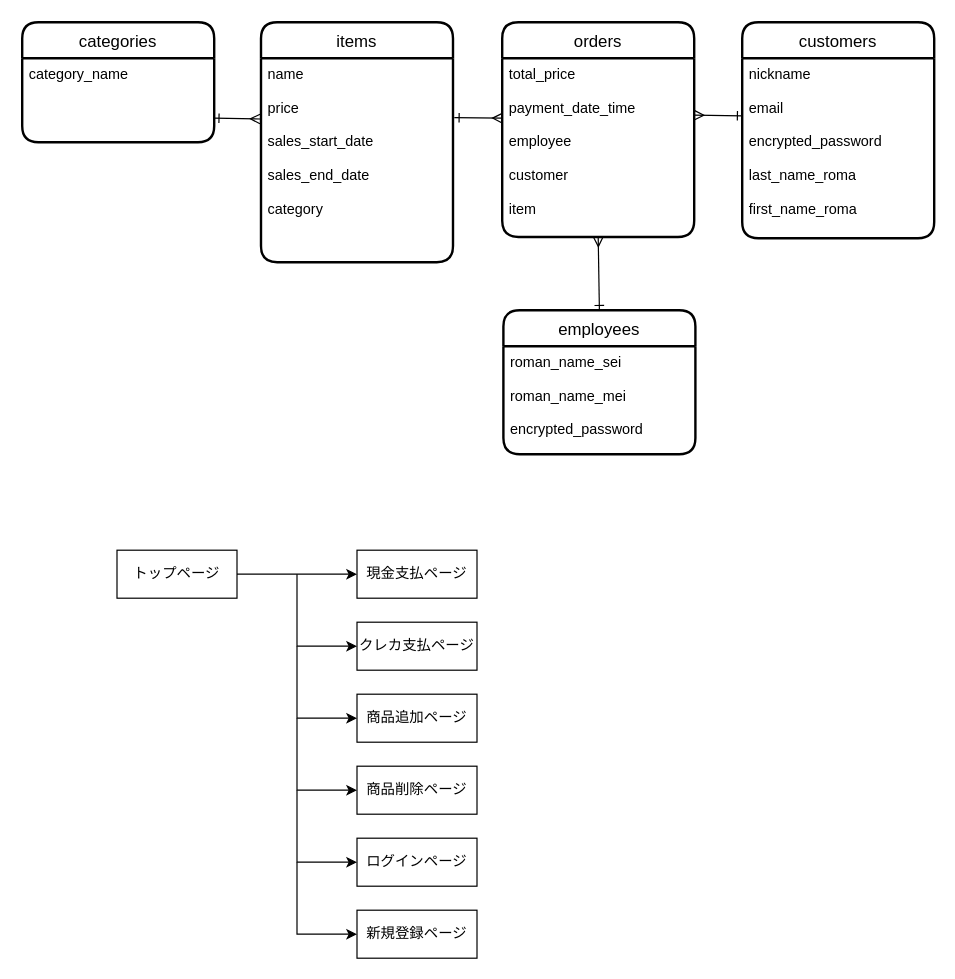
This is pcr.dio from kazami1066/PlainCashRegister, a draw.io file, before an edit. Source tidied: cells renumbered, new cells numbered last; positions are measured from the earlier drawing's top-left corner, leaving out a move shared by most shapes. Both pictures are drawn from the tidied source at 120%, with x=0, y=0 at pixel (22, 22).
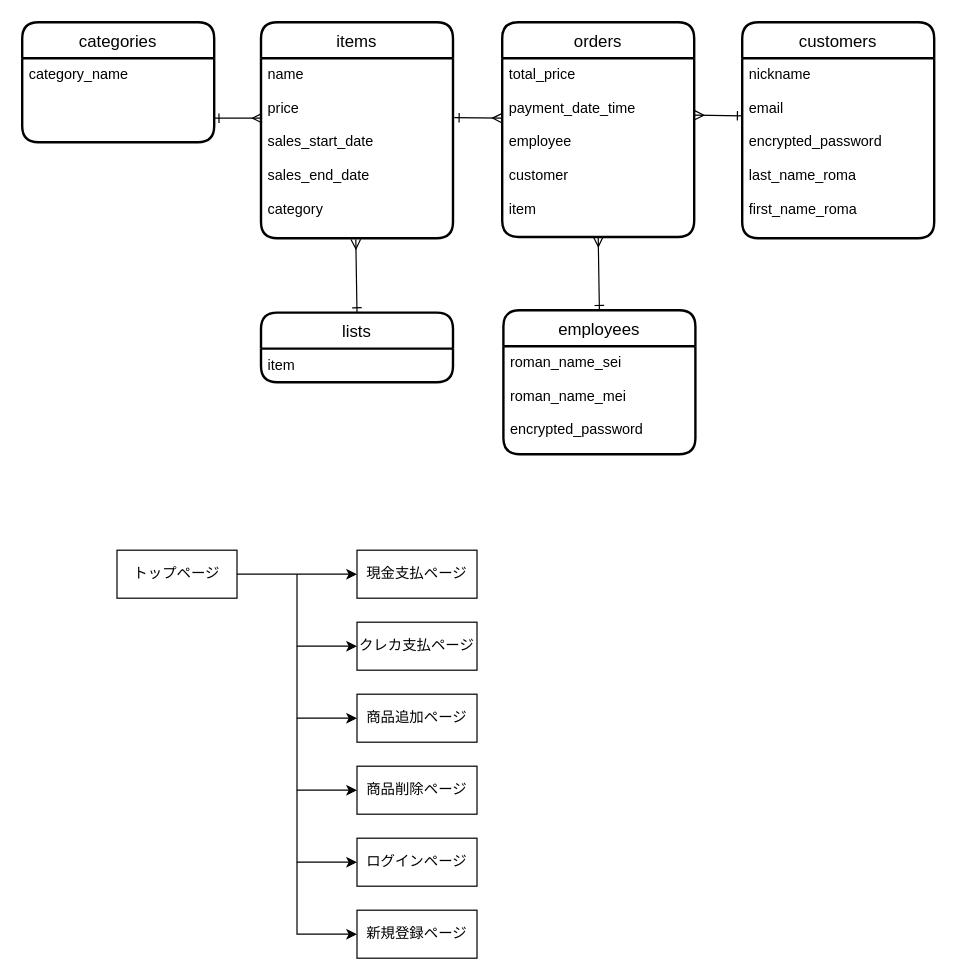
After the change.

What changed in the source:
```diff
@@
-    <mxCell id="2" style="edgeStyle=none;html=1;exitX=-0.005;exitY=0.298;exitDx=0;exitDy=0;startArrow=ERmany;startFill=0;endArrow=ERone;endFill=0;exitPerimeter=0;" parent="1" edge="1" source="4">
+    <mxCell id="2" style="edgeStyle=none;html=1;exitX=0.006;exitY=0.333;exitDx=0;exitDy=0;startArrow=ERmany;startFill=0;endArrow=ERone;endFill=0;exitPerimeter=0;" parent="1" edge="1" source="4">
       <mxGeometry relative="1" as="geometry">
         <mxPoint x="160" y="80" as="targetPoint" />
       </mxGeometry>
     </mxCell>
     <mxCell id="3" value="items" style="swimlane;horizontal=1;startSize=30;rounded=1;fontSize=14;fontStyle=0;strokeWidth=2;shadow=0;dashed=0;align=center;" parent="1" vertex="1">
-      <mxGeometry x="199" width="160" height="200" as="geometry" />
+      <mxGeometry x="199" width="160" height="180" as="geometry" />
     </mxCell>
     <mxCell id="4" value="name&#10;&#10;price&#10;&#10;sales_start_date&#10;&#10;sales_end_date&#10;&#10;category" style="align=left;strokeColor=none;fillColor=none;spacingLeft=4;fontSize=12;verticalAlign=top;" parent="3" vertex="1">
-      <mxGeometry y="30" width="160" height="170" as="geometry" />
+      <mxGeometry y="30" width="160" height="150" as="geometry" />
     </mxCell>
@@
+    <mxCell id="29" style="edgeStyle=none;html=1;exitX=0.5;exitY=0;exitDx=0;exitDy=0;startArrow=ERone;startFill=0;endArrow=ERmany;endFill=0;entryX=0.5;entryY=1;entryDx=0;entryDy=0;" parent="1" edge="1" source="30">
+      <mxGeometry relative="1" as="geometry">
+        <mxPoint x="278" y="181" as="targetPoint" />
+      </mxGeometry>
+    </mxCell>
+    <mxCell id="30" value="lists" style="swimlane;horizontal=1;startSize=30;rounded=1;fontSize=14;fontStyle=0;strokeWidth=2;shadow=0;dashed=0;align=center;" parent="1" vertex="1">
+      <mxGeometry x="199" y="242" width="160" height="58" as="geometry" />
+    </mxCell>
+    <mxCell id="31" value="item" style="align=left;strokeColor=none;fillColor=none;spacingLeft=4;fontSize=12;verticalAlign=top;" parent="30" vertex="1">
+      <mxGeometry y="30" width="160" height="28" as="geometry" />
+    </mxCell>
```
